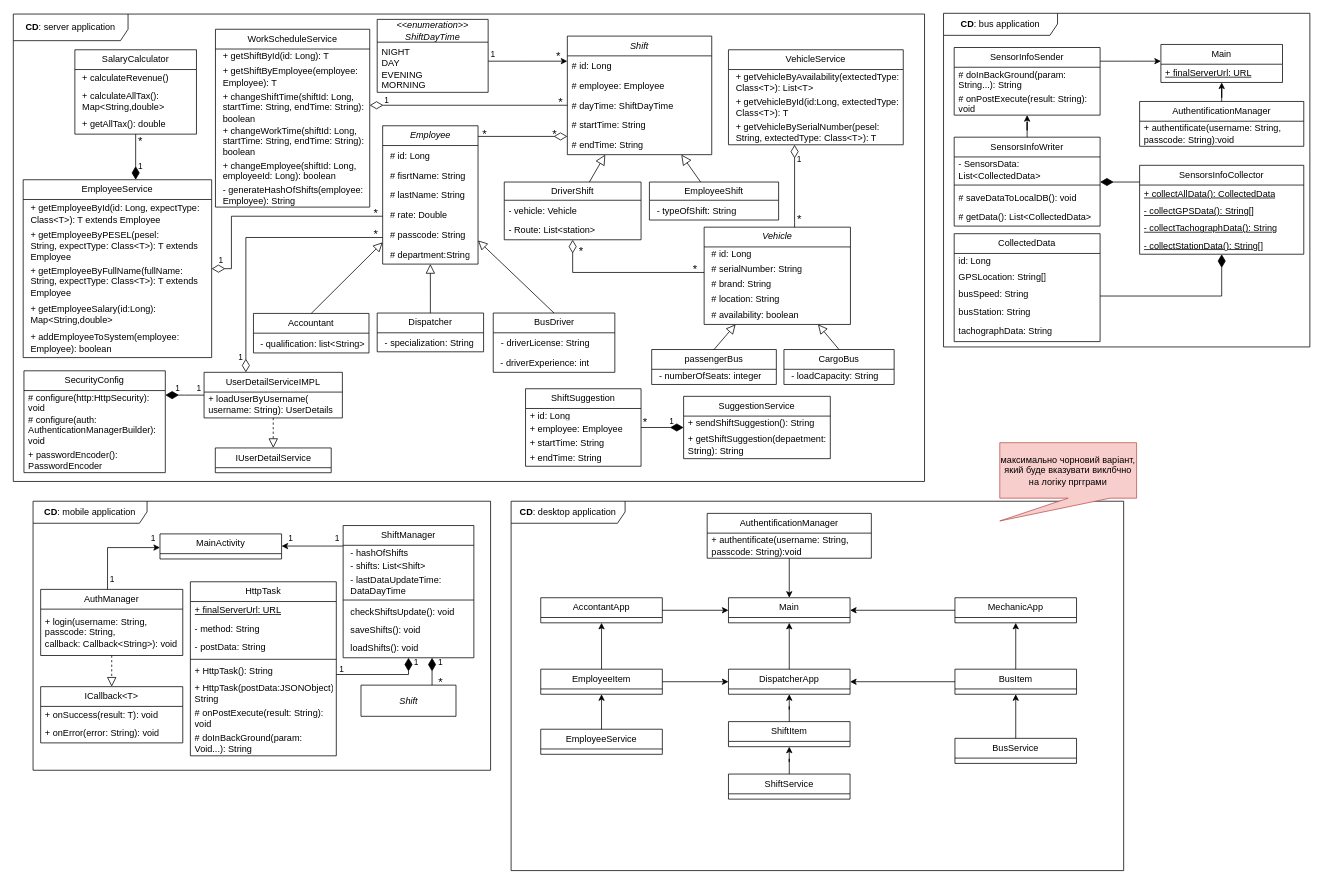
Earlier version of the draw.io diagram page "Class diagram" (1 of 7) of UML-software-engineering.drawio (keshaParrot/ShiftMaster-UML-documentation). Source tidied: cells renumbered, new cells numbered last; positions are measured from the earlier drawing's top-left corner, leaving out a move shared by most shapes. Both pictures are drawn from the tidied source at 76%, with x=0, y=0 at pixel (13, 13).
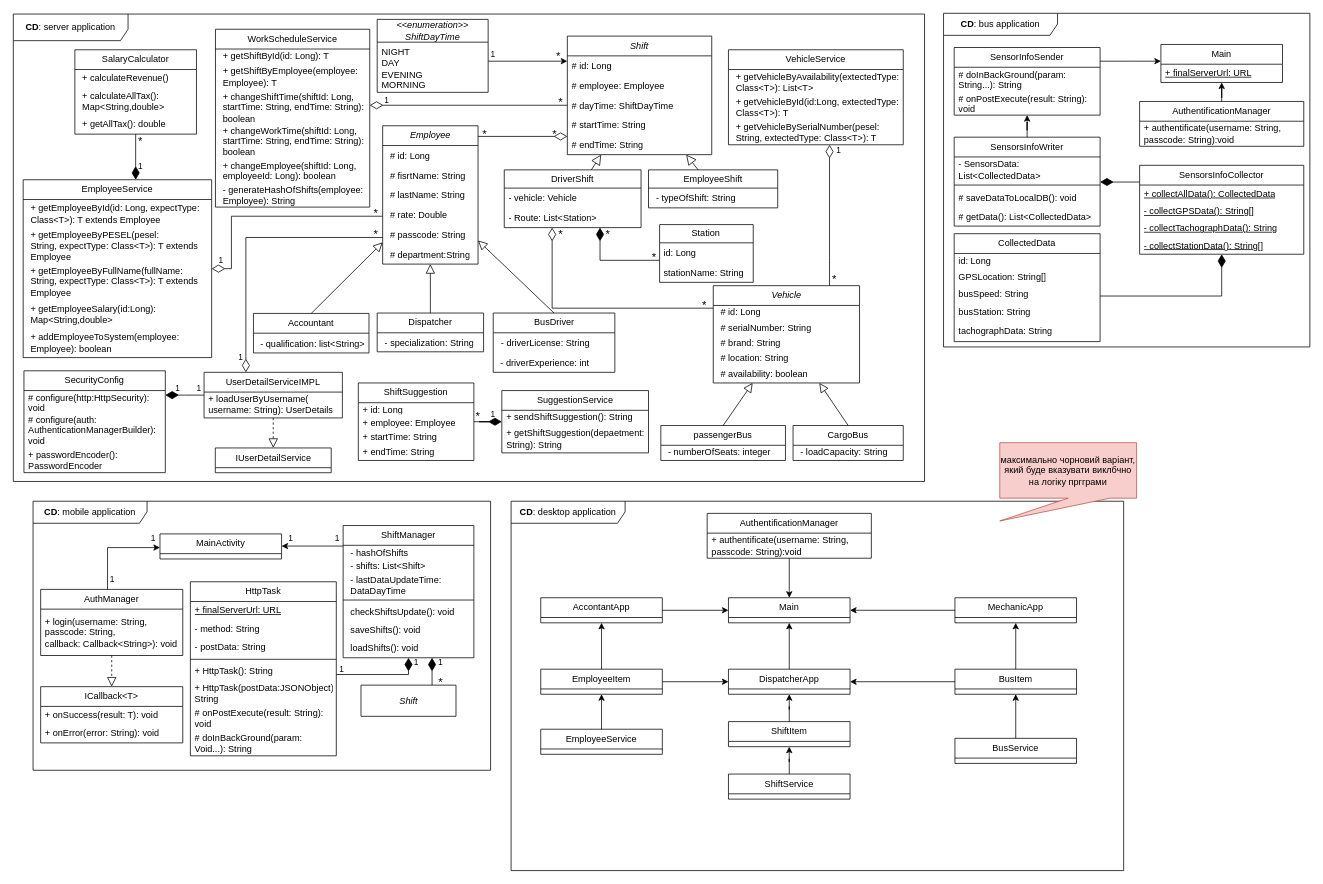
Above is the later version.

The change refers to these unchanged cells:
```xml
<mxCell id="2" value="&lt;b&gt;CD&lt;/b&gt;: server application" style="shape=umlFrame;whiteSpace=wrap;html=1;width=151;height=35;" parent="1" vertex="1">
  <mxGeometry y="1" width="1199" height="615" as="geometry" />
</mxCell>
<mxCell id="57" value="VehicleService" style="swimlane;fontStyle=0;horizontal=1;startSize=26;fillColor=none;whiteSpace=wrap;html=1;" parent="2" vertex="1">
  <mxGeometry x="941" y="47" width="230" height="125" as="geometry" />
</mxCell>
```

Change to the diagram source:
```diff
@@
     <mxCell id="29" value="EmployeeShift" style="swimlane;fontStyle=0;horizontal=1;startSize=24;fillColor=none;whiteSpace=wrap;html=1;" parent="2" vertex="1">
-      <mxGeometry x="837" y="221" width="170" height="50" as="geometry" />
+      <mxGeometry x="835.8" y="205" width="170" height="50" as="geometry" />
     </mxCell>
@@
     <mxCell id="31" value="DriverShift" style="swimlane;fontStyle=0;horizontal=1;startSize=24;fillColor=none;whiteSpace=wrap;html=1;" parent="2" vertex="1">
-      <mxGeometry x="646" y="221" width="180" height="76" as="geometry" />
+      <mxGeometry x="646" y="205" width="180" height="76" as="geometry" />
     </mxCell>
@@
-    <mxCell id="33" value="- Route: List&amp;lt;station&amp;gt;&amp;nbsp;" style="text;strokeColor=none;fillColor=none;align=left;verticalAlign=top;spacingLeft=4;spacingRight=4;overflow=hidden;whiteSpace=wrap;html=1;" parent="31" vertex="1">
+    <mxCell id="33" value="- Route: List&amp;lt;Station&amp;gt;" style="text;strokeColor=none;fillColor=none;align=left;verticalAlign=top;spacingLeft=4;spacingRight=4;overflow=hidden;whiteSpace=wrap;html=1;" parent="31" vertex="1">
       <mxGeometry y="50" width="180" height="26" as="geometry" />
     </mxCell>
@@
     <mxCell id="37" value="CargoBus" style="swimlane;fontStyle=0;horizontal=1;startSize=26;fillColor=none;whiteSpace=wrap;html=1;" parent="2" vertex="1">
-      <mxGeometry x="1014" y="441.4" width="145" height="46" as="geometry" />
+      <mxGeometry x="1026" y="541.4" width="145" height="46" as="geometry" />
     </mxCell>
@@
     <mxCell id="64" style="edgeStyle=orthogonalEdgeStyle;rounded=0;jettySize=auto;html=1;endArrow=diamondThin;endFill=0;endSize=15;" parent="2" edge="1" source="66" target="57">
       <mxGeometry relative="1" as="geometry">
         <Array as="points">
-          <mxPoint x="1028" y="274" />
-          <mxPoint x="1028" y="274" />
+          <mxPoint x="1074" y="320" />
+          <mxPoint x="1074" y="320" />
         </Array>
       </mxGeometry>
     </mxCell>
     <mxCell id="65" style="edgeStyle=orthogonalEdgeStyle;rounded=0;jettySize=auto;html=1;endArrow=diamondThin;endFill=0;endSize=15;" parent="2" edge="1" source="66" target="31">
       <mxGeometry relative="1" as="geometry">
         <Array as="points">
-          <mxPoint x="736" y="340" />
+          <mxPoint x="709" y="387" />
         </Array>
       </mxGeometry>
     </mxCell>
     <mxCell id="66" value="&lt;i&gt;Vehicle&lt;/i&gt;" style="swimlane;fontStyle=0;horizontal=1;startSize=26;fillColor=none;whiteSpace=wrap;html=1;" parent="2" vertex="1">
-      <mxGeometry x="909" y="280.4" width="192.5" height="128" as="geometry" />
+      <mxGeometry x="921" y="357.4" width="192.5" height="128" as="geometry" />
     </mxCell>
@@
     <mxCell id="72" value="passengerBus" style="swimlane;fontStyle=0;horizontal=1;startSize=26;fillColor=none;whiteSpace=wrap;html=1;" parent="2" vertex="1">
-      <mxGeometry x="840" y="441.4" width="164" height="46" as="geometry" />
+      <mxGeometry x="852" y="541.4" width="164" height="46" as="geometry" />
     </mxCell>
@@
     <mxCell id="77" value="ShiftSuggestion" style="swimlane;fontStyle=0;horizontal=1;startSize=26;fillColor=none;whiteSpace=wrap;html=1;" parent="2" vertex="1">
-      <mxGeometry x="674" y="493" width="152" height="102" as="geometry" />
+      <mxGeometry x="454" y="485.4" width="152" height="102" as="geometry" />
     </mxCell>
@@
     <mxCell id="82" value="SuggestionService" style="swimlane;fontStyle=0;horizontal=1;startSize=26;fillColor=none;whiteSpace=wrap;html=1;" parent="2" vertex="1">
-      <mxGeometry x="882" y="503" width="193" height="82" as="geometry" />
+      <mxGeometry x="642.8" y="495.4" width="193" height="82" as="geometry" />
     </mxCell>
@@
     <mxCell id="94" value="&lt;font style=&quot;font-size: 15px;&quot;&gt;*&lt;/font&gt;" style="text;html=1;align=center;verticalAlign=middle;strokeColor=none;fillColor=none;" parent="2" vertex="1">
-      <mxGeometry x="885" y="320" width="24" height="30" as="geometry" />
+      <mxGeometry x="897" y="368" width="24" height="30" as="geometry" />
     </mxCell>
     <mxCell id="95" value="&lt;font style=&quot;font-size: 15px;&quot;&gt;*&lt;/font&gt;" style="text;html=1;align=center;verticalAlign=middle;strokeColor=none;fillColor=none;" parent="2" vertex="1">
-      <mxGeometry x="735" y="297" width="24" height="30" as="geometry" />
+      <mxGeometry x="708" y="274" width="24" height="30" as="geometry" />
     </mxCell>
@@
     <mxCell id="110" value="&lt;font style=&quot;font-size: 11px;&quot;&gt;1&lt;/font&gt;" style="text;html=1;align=center;verticalAlign=middle;strokeColor=none;fillColor=none;" parent="2" vertex="1">
-      <mxGeometry x="1022" y="178" width="24" height="26" as="geometry" />
+      <mxGeometry x="1074" y="166" width="24" height="26" as="geometry" />
     </mxCell>
     <mxCell id="111" value="&lt;font style=&quot;font-size: 15px;&quot;&gt;*&lt;/font&gt;" style="text;html=1;align=center;verticalAlign=middle;strokeColor=none;fillColor=none;" parent="2" vertex="1">
-      <mxGeometry x="1022" y="254" width="24" height="30" as="geometry" />
+      <mxGeometry x="1068" y="334" width="24" height="30" as="geometry" />
     </mxCell>
     <mxCell id="112" value="&lt;font style=&quot;font-size: 15px;&quot;&gt;*&lt;/font&gt;" style="text;html=1;align=center;verticalAlign=middle;strokeColor=none;fillColor=none;" parent="2" vertex="1">
-      <mxGeometry x="819" y="521.4" width="24" height="30" as="geometry" />
+      <mxGeometry x="599" y="513.9" width="24" height="30" as="geometry" />
     </mxCell>
     <mxCell id="113" value="&lt;font style=&quot;font-size: 11px;&quot;&gt;1&lt;/font&gt;" style="text;html=1;align=center;verticalAlign=middle;strokeColor=none;fillColor=none;" parent="2" vertex="1">
-      <mxGeometry x="854" y="523.4" width="24" height="26" as="geometry" />
+      <mxGeometry x="618.8" y="513.9" width="24" height="26" as="geometry" />
     </mxCell>
+    <mxCell id="208" style="edgeStyle=orthogonalEdgeStyle;rounded=0;jettySize=auto;html=1;endArrow=diamondThin;endFill=1;endSize=15;" parent="2" edge="1" source="209" target="31">
+      <mxGeometry relative="1" as="geometry">
+        <Array as="points">
+          <mxPoint x="772" y="324" />
+        </Array>
+      </mxGeometry>
+    </mxCell>
+    <mxCell id="209" value="Station" style="swimlane;fontStyle=0;horizontal=1;startSize=24;fillColor=none;whiteSpace=wrap;html=1;" parent="2" vertex="1">
+      <mxGeometry x="850.4" y="277" width="123.2" height="76" as="geometry" />
+    </mxCell>
+    <mxCell id="210" value="id: Long" style="text;strokeColor=none;fillColor=none;align=left;verticalAlign=top;spacingLeft=4;spacingRight=4;overflow=hidden;whiteSpace=wrap;html=1;" parent="209" vertex="1">
+      <mxGeometry y="24" width="123.2" height="26" as="geometry" />
+    </mxCell>
+    <mxCell id="211" value="stationName: String" style="text;strokeColor=none;fillColor=none;align=left;verticalAlign=top;spacingLeft=4;spacingRight=4;overflow=hidden;whiteSpace=wrap;html=1;" parent="209" vertex="1">
+      <mxGeometry y="50" width="123.2" height="26" as="geometry" />
+    </mxCell>
+    <mxCell id="212" value="&lt;font style=&quot;font-size: 15px;&quot;&gt;*&lt;/font&gt;" style="text;html=1;align=center;verticalAlign=middle;strokeColor=none;fillColor=none;" parent="2" vertex="1">
+      <mxGeometry x="770" y="274" width="24" height="30" as="geometry" />
+    </mxCell>
+    <mxCell id="213" value="&lt;font style=&quot;font-size: 15px;&quot;&gt;*&lt;/font&gt;" style="text;html=1;align=center;verticalAlign=middle;strokeColor=none;fillColor=none;" parent="2" vertex="1">
+      <mxGeometry x="831" y="304" width="24" height="30" as="geometry" />
+    </mxCell>
```
